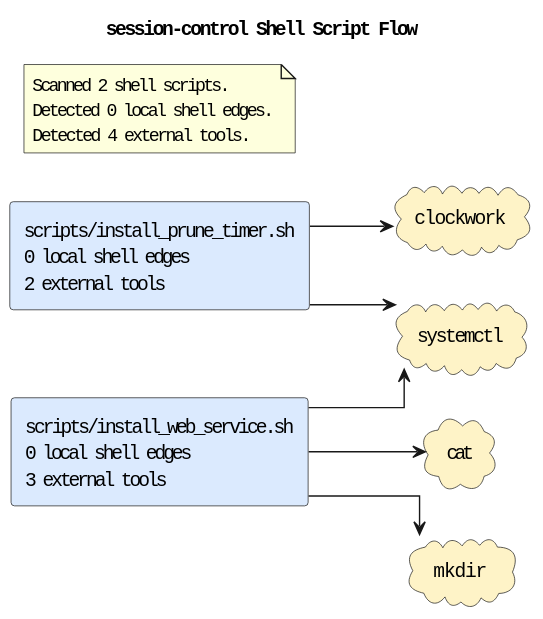
Earlier version of the PlantUML export docs/diagrams/shell-call-graph.puml.svg (casonk/session-control). Its diagram source:
```plantuml
@startuml
title session-control Shell Script Flow
left to right direction
skinparam shadowing false
skinparam defaultFontName Monospace
skinparam componentStyle rectangle
skinparam linetype ortho
rectangle "scripts/install_prune_timer.sh\n0 local shell edges\n2 external tools" as shell_scripts_install_prune_timer_sh #DBEAFE
rectangle "scripts/install_web_service.sh\n0 local shell edges\n3 external tools" as shell_scripts_install_web_service_sh #DBEAFE
cloud "cat" as tool_cat #FEF3C7
cloud "clockwork" as tool_clockwork #FEF3C7
cloud "mkdir" as tool_mkdir #FEF3C7
cloud "systemctl" as tool_systemctl #FEF3C7
shell_scripts_install_prune_timer_sh --> tool_clockwork
shell_scripts_install_prune_timer_sh --> tool_systemctl
shell_scripts_install_web_service_sh --> tool_cat
shell_scripts_install_web_service_sh --> tool_mkdir
shell_scripts_install_web_service_sh --> tool_systemctl
note as shellGraphSummary
Scanned 2 shell scripts.
Detected 0 local shell edges.
Detected 4 external tools.
end note
@enduml
```
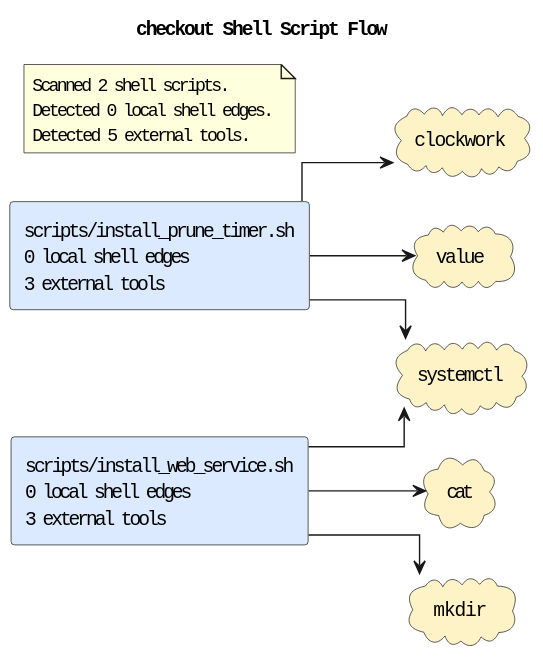
The same file after the commit.

Diff of the diagram source:
```diff
@@ -1,24 +1,26 @@
 @startuml
-title session-control Shell Script Flow
+title checkout Shell Script Flow
 left to right direction
 skinparam shadowing false
 skinparam defaultFontName Monospace
 skinparam componentStyle rectangle
 skinparam linetype ortho
-rectangle "scripts/install_prune_timer.sh\n0 local shell edges\n2 external tools" as shell_scripts_install_prune_timer_sh #DBEAFE
+rectangle "scripts/install_prune_timer.sh\n0 local shell edges\n3 external tools" as shell_scripts_install_prune_timer_sh #DBEAFE
 rectangle "scripts/install_web_service.sh\n0 local shell edges\n3 external tools" as shell_scripts_install_web_service_sh #DBEAFE
 cloud "cat" as tool_cat #FEF3C7
 cloud "clockwork" as tool_clockwork #FEF3C7
 cloud "mkdir" as tool_mkdir #FEF3C7
 cloud "systemctl" as tool_systemctl #FEF3C7
+cloud "value" as tool_value #FEF3C7
 shell_scripts_install_prune_timer_sh --> tool_clockwork
 shell_scripts_install_prune_timer_sh --> tool_systemctl
+shell_scripts_install_prune_timer_sh --> tool_value
 shell_scripts_install_web_service_sh --> tool_cat
 shell_scripts_install_web_service_sh --> tool_mkdir
 shell_scripts_install_web_service_sh --> tool_systemctl
 note as shellGraphSummary
 Scanned 2 shell scripts.
 Detected 0 local shell edges.
-Detected 4 external tools.
+Detected 5 external tools.
 end note
 @enduml
```
